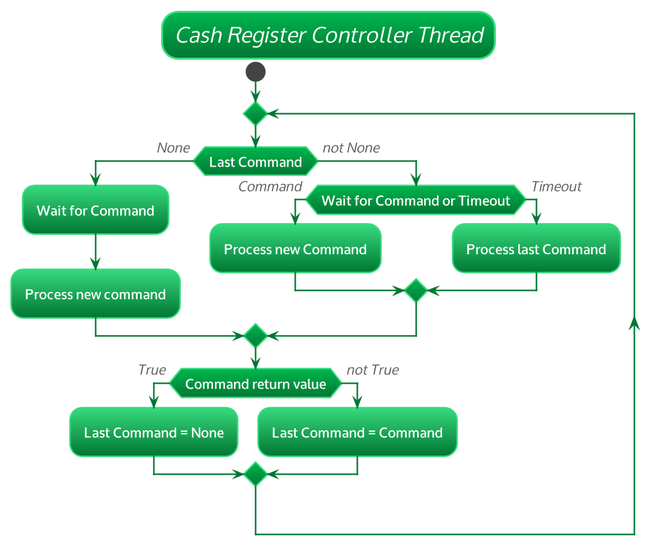
The PlantUML diagram img/cash_register_controller.png in FerryTix/diagrams, before a commit.
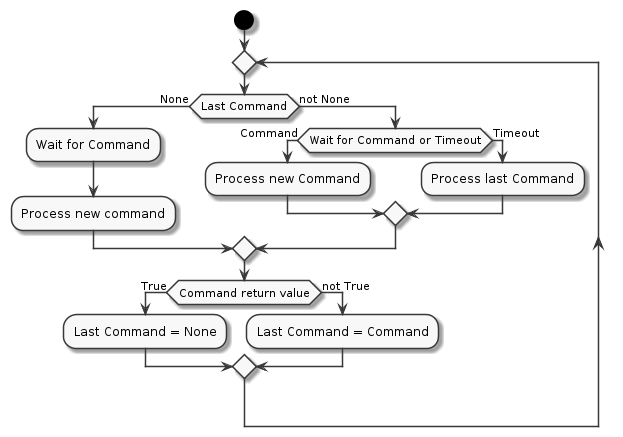
The same diagram one commit later.

Commit message:
add cash register controller process diagram

Change to the diagram source:
```diff
@@ -1,424 +1,7 @@
 @startuml
+skinparam linetype ortho
+skinparam monochrome true
 
-!$THEME = "bluegray"
-
-!if %not(%variable_exists("$BGCOLOR"))
-!$BGCOLOR = $WHITE
-!endif
-
-skinparam backgroundColor $BGCOLOR
-
-
-!$WHITE = "#fff"
-!$GRAY_DARK = "#5a5a5a"
-!$GRAY = "#959595"
-!$PRIMARY = "#007633"
-!$SECONDARY = "#00B64F"
-!$SUCCESS = "#b5bd00"
-!$INFO = "#0568ae"
-!$WARNING = "#ea7400"
-!$DANGER = "#cf2a2a"
-!$LIGHT = "#d2d2d2"
-!$DARK = "#5a5a5a"
-
-!$FGCOLOR = $DARK
-!$PRIMARY_DARK = "#007633"
-!$PRIMARY_LIGHT = "#37DA7E"
-!$PRIMARY_TEXT = $WHITE
-!$SECONDARY_LIGHT = "#f5f5f5"
-!$SECONDARY_DARK = "#c2c2c2"
-!$SECONDARY_TEXT = $DARK
-!$INFO_LIGHT = "#3786be"
-!$INFO_DARK = "#04538b"
-!$INFO_TEXT = $WHITE
-!$SUCCESS_LIGHT = "#c4ca33"
-!$SUCCESS_DARK = "#919700"
-!$SUCCESS_TEXT = $WHITE
-!$WARNING_LIGHT = "#ee9033"
-!$WARNING_DARK = "#bb5d00"
-!$WARNING_TEXT = $WHITE
-!$DANGER_LIGHT = "#d95555"
-!$DANGER_DARK = "#a62222"
-!$DANGER_TEXT = $WHITE
-
-!procedure $success($msg)
-  <font color=$SUCCESS><b>$msg
-!endprocedure
-
-!procedure $failure($msg)
-  <font color=$DANGER><b>$msg
-!endprocedure
-
-!procedure $warning($msg)
-  <font color=$WARNING><b>$msg
-!endprocedure
-
-!procedure $primary_scheme()
-
-	FontColor $PRIMARY_TEXT
-	BorderColor #060
-	BackgroundColor $PRIMARY_LIGHT-$PRIMARY
-
-!endprocedure
-
-!procedure $secondary_scheme()
-	FontColor $SECONDARY_TEXT
-	BorderColor $SECONDARY_DARK
-	BackgroundColor $WHITE-#fefefe
-!endprocedure
-
-skinparam defaultFontName        "Oxygen-Sans"
-skinparam defaultFontSize        14
-skinparam dpi                    150
-skinparam shadowing              false
-skinparam roundcorner            20
-skinparam ParticipantPadding     30
-skinparam BoxPadding             20
-skinparam Padding                4
-skinparam ArrowColor             $PRIMARY_DARK
-skinparam defaultFontStyle       bold
-skinparam stereotype {
-    CBackgroundColor $SECONDARY_LIGHT
-    CBorderColor $SECONDARY_DARK
-    ABackgroundColor $SUCCESS_LIGHT
-    ABorderColor $SUCCESS_DARK
-    IBackgroundColor $DANGER_LIGHT
-    IBorderColor $DANGER_DARK
-    EBackgroundColor $WARNING_LIGHT
-    EBorderColor $WARNING_DARK
-    NBackgroundColor $INFO_LIGHT
-    NBorderColor $INFO_DARK
-}
-skinparam title {
-	FontColor	                 $WHITE
-	BorderColor	                 $PRIMARY_LIGHT
-	FontSize	    	         22
-	BorderRoundCorner            32
-	FontStyle                    italic
-	BorderThickness 	         2
-	BackgroundColor              $SECONDARY-$PRIMARY
-}
-
-
-skinparam legend {
-	BackgroundColor $SECONDARY
-	BorderColor $SECONDARY_DARK
-	FontColor $DARK
-}
-
-!startsub swimlane
-skinparam swimlane {
-	BorderColor $INFO
-	BorderThickness 2
-	TitleBackgroundColor  $SECONDARY_LIGHT-$SECONDARY
-	TitleFontColor $PRIMARY
-}
-!endsub
-
-!startsub activity
-
-skinparam activity {
-	FontColor $PRIMARY_TEXT
-	BorderColor $PRIMARY_LIGHT
-	BackgroundColor $PRIMARY_LIGHT-$PRIMARY
-	BarColor $SUCCESS
-	StartColor #444
-	EndColor $PRIMARY_LIGHT
-	DiamondBackgroundColor $SECONDARY-$PRIMARY
-  	DiamondBorderColor $PRIMARY_LIGHT
-	DiamondFontColor $WHITE
-}
-!endsub
-
-!startsub participant
-
-skinparam participant {
-	$primary_scheme()
-	ParticipantBorderThickness 2
-}
-!endsub
-
-!startsub actor
-
-skinparam actor {
-	$primary_scheme()
-	FontColor $PRIMARY
-}
-!endsub
-
-!startsub arrow
-
-skinparam arrow {
-	Thickness 2
-	Color $PRIMARY
-	FontColor $FGCOLOR
-	FontStyle italic
-}
-!endsub
-
-!startsub sequence
-
-skinparam sequence {
-	BorderColor $PRIMARY
-	StartColor $PRIMARY
-	EndColor #000
-	BoxBackgroundColor $LIGHT
-	BoxBorderColor $GRAY
-	BoxFontColor $DARK
-	LifeLineBorderColor #111
-	LifeLineBorderThickness 2
-	GroupBorderColor $GRAY
-	GroupFontColor $DARK
-	GroupHeaderFontColor $INFO
-	DividerBackgroundColor $WHITE-$LIGHT
-    DividerBorderColor $GRAY
-    DividerBorderThickness 2
-    DividerFontColor $DARK
-	ReferenceBackgroundColor $BGCOLOR
-	ReferenceBorderColor $GRAY
-	ReferenceFontColor $DARK
-	ReferenceHeaderFontColor $INFO
-
-}
-!endsub
-
-!startsub partition
-
-skinparam partition {
-	BorderColor $PRIMARY
-	FontColor $PRIMARY
-	BackgroundColor $BGCOLOR
-}
-!endsub
-
-!startsub collections
-
-skinparam collections {
-	$primary_scheme()
-}
-!endsub
-
-!startsub control
-
-skinparam control {
-	$primary_scheme()
-	FontColor $PRIMARY
-}
-!endsub
-
-!startsub entity
-
-skinparam entity {
-	$primary_scheme()
-	FontColor $PRIMARY
-}
-!endsub
-
-!startsub boundary
-
-skinparam boundary {
-	$primary_scheme()
-	FontColor $PRIMARY
-}
-!endsub
-
-!startsub agent
-
-skinparam agent {
-	BackgroundColor #orange
-	BorderColor #999999
-	FontColor #333333
-}
-!endsub
-
-!startsub note
-
-skinparam note {
-	BorderThickness 1
-	BackgroundColor $INFO_LIGHT-$INFO
-	BorderColor $INFO
-	FontColor $WHITE
-}
-!endsub
-
-!startsub artifact
-
-skinparam artifact {
-	BackgroundColor $WHITE-$LIGHT
-	BorderColor $SECONDARY_DARK
-	FontColor $SECONDARY_TEXT
-}
-!endsub
-
-!startsub component
-
-skinparam component {
-	$primary_scheme()
-}
-!endsub
-
-!startsub interface
-
-skinparam interface {
-	BackgroundColor  $DANGER_LIGHT
-	BorderColor  $DANGER
-	FontColor $DARK
-}
-!endsub
-
-!startsub storage
-
-skinparam storage {
-	BackgroundColor $WARNING_LIGHT-$WARNING
-  	BorderColor $WARNING
-	FontColor $WARNING_TEXT
-}
-!endsub
-
-!startsub node
-
-skinparam node {
-	BackgroundColor $SECONDARY_LIGHT-$SECONDARY
-	BorderColor $SECONDARY_DARK
-	FontColor $PRIMARY
-}
-!endsub
-
-!startsub cloud
-
-skinparam cloud {
-	BackgroundColor #F2FCFE-#eeeeee
-	BorderColor #F2FCFE
-	FontColor $PRIMARY
-}
-!endsub
-
-!startsub database
-
-skinparam database {
-	$primary_scheme()
-	BorderColor $PRIMARY_DARK
-}
-!endsub
-
-!startsub class
-
-skinparam class {
-	$primary_scheme()
-	Public #000
-	HeaderBackgroundColor $PRIMARY
-	StereotypeFontColor $DARK
-	BorderThickness 1
-	AttributeFontColor $WHITE
-	AttributeFontSize 14
-}
-!endsub
-
-!startsub object
-
-skinparam object {
-	$primary_scheme()
-	StereotypeFontColor $DARK
-	BorderThickness 1
-	AttributeFontColor $LIGHT
-	AttributeFontSize 11
-}
-!endsub
-
-!startsub usecase
-
-skinparam usecase {
-	$primary_scheme()
-	BorderThickness 2
-	StereotypeFontColor $PRIMARY
-}
-!endsub
-
-!startsub rectangle
-
-skinparam rectangle {
-	$secondary_scheme()
-	BorderThickness 2
-	StereotypeFontColor $PRIMARY
-}
-!endsub
-
-!startsub package
-
-skinparam package {
-	FontColor $PRIMARY
-	BorderColor $PRIMARY_LIGHT
-	BackgroundColor $BGCOLOR
-	BorderThickness 2
-}
-!endsub
-
-!startsub folder
-
-skinparam folder {
-	BackgroundColor $WHITE-$SECONDARY_LIGHT
-  	BorderColor $WARNING
-	FontColor $WARNING
-	BorderThickness 2
-}
-!endsub
-
-!startsub frame
-
-skinparam frame {
-	BackgroundColor $WHITE-$SECONDARY_LIGHT
-  	BorderColor $INFO
-	FontColor $INFO
-	BorderThickness 2
-}
-!endsub
-
-!startsub state
-
-skinparam state {
-	$primary_scheme()
-	BorderColor $PRIMARY_DARK
-	StartColor $INFO
-	EndColor $INFO
-	AttributeFontColor $LIGHT
-	AttributeFontSize 11
-}
-!endsub
-
-!startsub queue
-
-skinparam queue {
-	$primary_scheme()
-}
-!endsub
-
-!startsub card
-
-skinparam card {
-	BackgroundColor $INFO_LIGHT-$INFO
-	BorderColor $INFO
-	FontColor $INFO_TEXT
-}
-!endsub
-
-!startsub file
-
-skinparam file {
-	BackgroundColor $SECONDARY_LIGHT-$SECONDARY
-	BorderColor $INFO
-	FontColor $SECONDARY_TEXT
-
-}
-!endsub
-
-!startsub stack
-
-skinparam stack {
-	$primary_scheme()
-}
-!endsub
-skinparam linetype ortho
-title: Cash Register Controller Thread
 start
 repeat
 if (Last Command) then (None)
```
